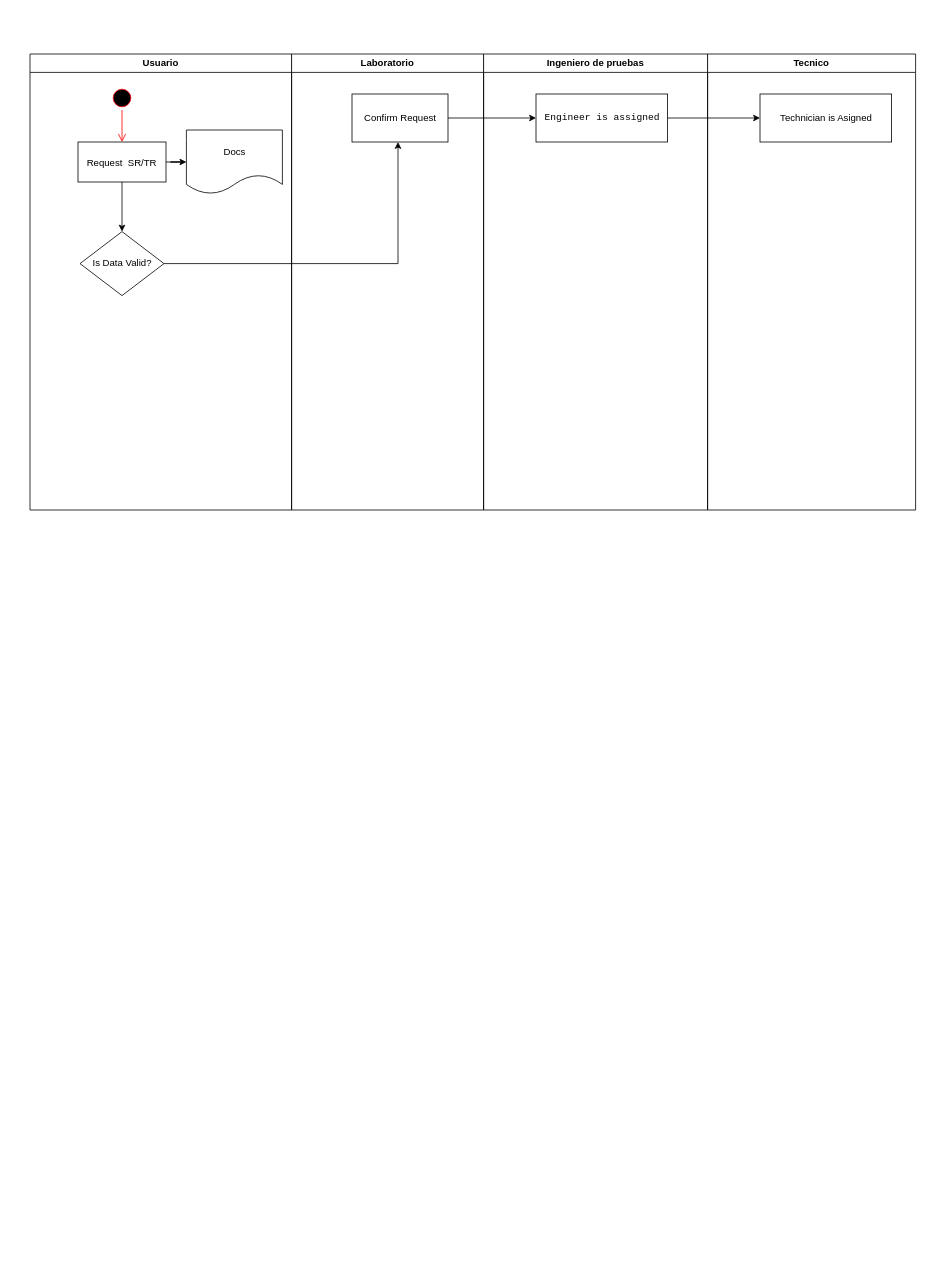
Earlier version of the draw.io diagram RelabTestPortal.drawio (byok22/Relab). Source tidied: cells renumbered, new cells numbered last; positions are measured from the earlier drawing's top-left corner, leaving out a move shared by most shapes. Both pictures are drawn from the tidied source at 80%, with x=0, y=0 at pixel (30, 54).
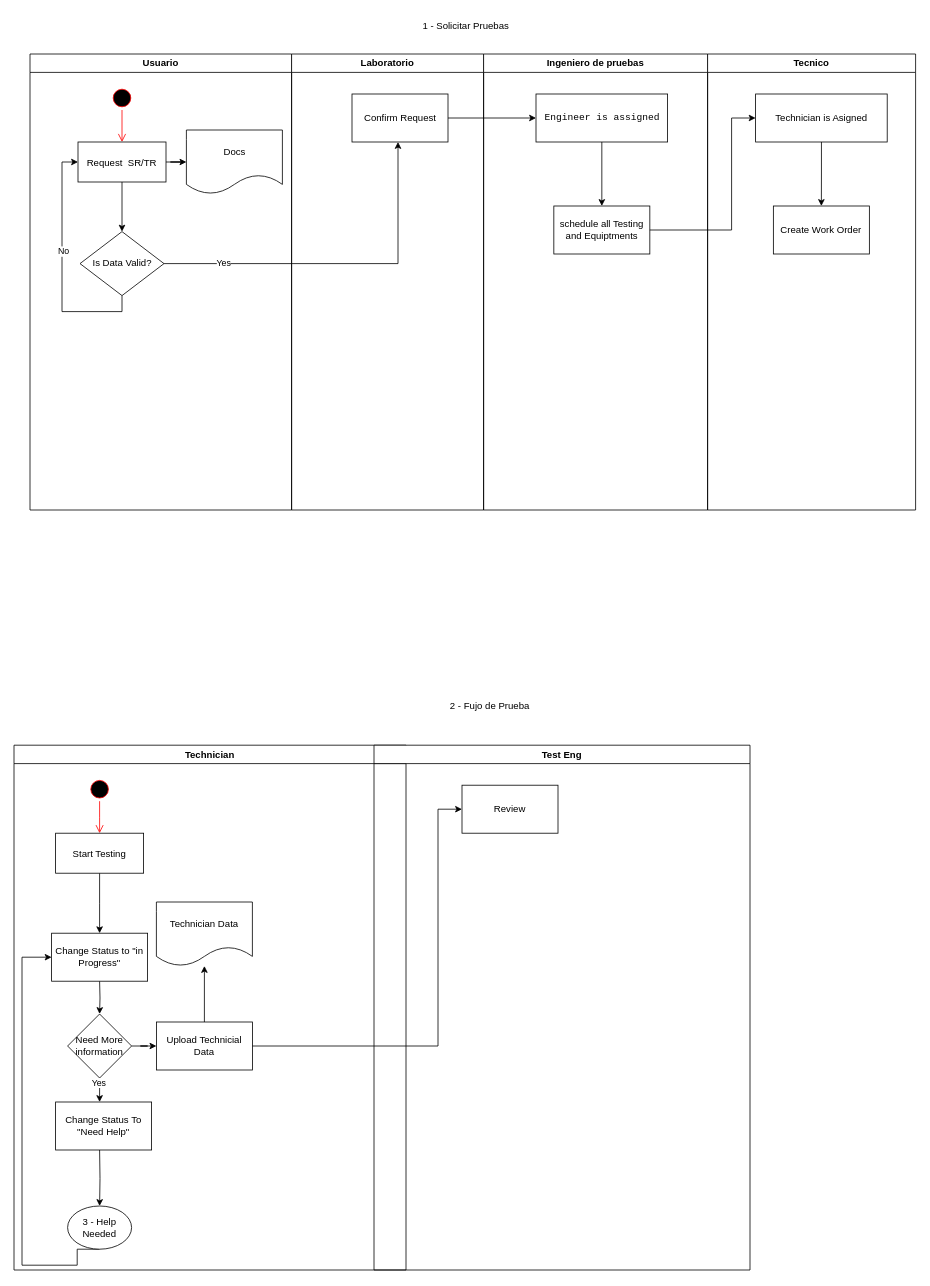
The same diagram, later.

The change refers to these unchanged cells:
```xml
<mxCell id="2" value="Usuario" style="swimlane;whiteSpace=wrap;" parent="1" vertex="1">
  <mxGeometry width="327" height="570" as="geometry" />
</mxCell>
<mxCell id="7" value="Request  SR/TR" parent="2" vertex="1">
  <mxGeometry x="60" y="110" width="110" height="50" as="geometry" />
</mxCell>
<mxCell id="9" value="Is Data Valid?" style="rhombus;whiteSpace=wrap;html=1;" parent="2" vertex="1">
  <mxGeometry x="62.5" y="222" width="105" height="80" as="geometry" />
</mxCell>
<mxCell id="12" value="Ingeniero de pruebas" style="swimlane;whiteSpace=wrap;" parent="1" vertex="1">
  <mxGeometry x="567" width="280" height="570" as="geometry" />
</mxCell>
<mxCell id="13" value="&lt;pre dir=&quot;ltr&quot; aria-label=&quot;Texto traducido&quot; style=&quot;text-align:left&quot; id=&quot;tw-target-text&quot; class=&quot;tw-data-text tw-text-large tw-ta&quot;&gt;&lt;span lang=&quot;en&quot; class=&quot;Y2IQFc&quot;&gt;Engineer is assigned&lt;/span&gt;&lt;/pre&gt;" style="whiteSpace=wrap;html=1;" parent="12" vertex="1">
  <mxGeometry x="65.5" y="50" width="164.5" height="60" as="geometry" />
</mxCell>
<mxCell id="14" style="edgeStyle=orthogonalEdgeStyle;rounded=0;jettySize=auto;html=1;" parent="1" edge="1" source="9" target="11">
  <mxGeometry relative="1" as="geometry">
    <Array as="points">
      <mxPoint x="460" y="262" />
      <mxPoint x="460" y="80" />
    </Array>
  </mxGeometry>
</mxCell>
<mxCell id="16" value="Tecnico" style="swimlane;whiteSpace=wrap;" parent="1" vertex="1">
  <mxGeometry x="847" width="260" height="570" as="geometry" />
</mxCell>
```

What changed in the source:
```diff
@@
+    <mxCell id="19" style="edgeStyle=orthogonalEdgeStyle;rounded=0;jettySize=auto;html=1;exitX=0.5;exitY=1;exitDx=0;exitDy=0;entryX=0;entryY=0.5;entryDx=0;entryDy=0;" parent="2" edge="1" source="9" target="7">
+      <mxGeometry relative="1" as="geometry" />
+    </mxCell>
+    <mxCell id="20" value="No" style="edgeLabel;html=1;align=center;verticalAlign=middle;" parent="19" vertex="1">
+      <mxGeometry x="0.13" y="-1" relative="1" as="geometry" />
+    </mxCell>
@@
+    <mxCell id="21" style="edgeStyle=orthogonalEdgeStyle;rounded=0;jettySize=auto;html=1;" parent="12" edge="1" source="13" target="22">
+      <mxGeometry relative="1" as="geometry" />
+    </mxCell>
@@
+    <mxCell id="22" value="&lt;div&gt;schedule all Testing and Equiptments&lt;/div&gt;" style="whiteSpace=wrap;html=1;" parent="12" vertex="1">
+      <mxGeometry x="87.8" y="190" width="120" height="60" as="geometry" />
+    </mxCell>
@@
+    <mxCell id="23" value="Yes" style="edgeLabel;html=1;align=center;verticalAlign=middle;" parent="14" vertex="1">
+      <mxGeometry x="-0.67" y="2" relative="1" as="geometry">
+        <mxPoint x="1" as="offset" />
+      </mxGeometry>
+    </mxCell>
@@
+    <mxCell id="24" style="edgeStyle=orthogonalEdgeStyle;rounded=0;jettySize=auto;html=1;" parent="16" edge="1" source="17" target="25">
+      <mxGeometry relative="1" as="geometry" />
+    </mxCell>
     <mxCell id="17" value="Technician is Asigned" style="whiteSpace=wrap;html=1;" parent="16" vertex="1">
-      <mxGeometry x="65.5" y="50" width="164.5" height="60" as="geometry" />
+      <mxGeometry x="60" y="50" width="164.5" height="60" as="geometry" />
     </mxCell>
-    <mxCell id="18" style="edgeStyle=orthogonalEdgeStyle;rounded=0;jettySize=auto;html=1;" parent="1" edge="1" source="13" target="17">
-      <mxGeometry relative="1" as="geometry" />
-    </mxCell>
+    <mxCell id="25" value="Create Work Order" style="whiteSpace=wrap;html=1;" parent="16" vertex="1">
+      <mxGeometry x="82.2" y="190" width="120" height="60" as="geometry" />
+    </mxCell>
+    <mxCell id="26" style="edgeStyle=orthogonalEdgeStyle;rounded=0;jettySize=auto;html=1;" parent="1" edge="1" source="22" target="17">
+      <mxGeometry relative="1" as="geometry">
+        <Array as="points">
+          <mxPoint x="877" y="220" />
+          <mxPoint x="877" y="80" />
+        </Array>
+      </mxGeometry>
+    </mxCell>
+    <mxCell id="27" value="1 - Solicitar Pruebas" style="text;strokeColor=none;align=center;fillColor=none;html=1;verticalAlign=middle;whiteSpace=wrap;rounded=0;" parent="1" vertex="1">
+      <mxGeometry x="430" y="-50" width="230" height="30" as="geometry" />
+    </mxCell>
+    <mxCell id="28" value="2 - Fujo de Prueba" style="text;strokeColor=none;align=center;fillColor=none;html=1;verticalAlign=middle;whiteSpace=wrap;rounded=0;" parent="1" vertex="1">
+      <mxGeometry x="460" y="800" width="230" height="30" as="geometry" />
+    </mxCell>
+    <mxCell id="29" value="Technician" style="swimlane;whiteSpace=wrap;" parent="1" vertex="1">
+      <mxGeometry x="-20" y="864" width="490" height="656" as="geometry" />
+    </mxCell>
+    <mxCell id="30" style="ellipse;shape=startState;fillColor=#000000;strokeColor=#ff0000;" parent="29" vertex="1">
+      <mxGeometry x="92" y="40" width="30" height="30" as="geometry" />
+    </mxCell>
+    <mxCell id="31" style="edgeStyle=elbowEdgeStyle;elbow=horizontal;verticalAlign=bottom;endArrow=open;endSize=8;strokeColor=#FF0000;endFill=1;rounded=0;" parent="29" edge="1" source="30" target="33">
+      <mxGeometry x="100" y="40" as="geometry" />
+    </mxCell>
+    <mxCell id="32" style="edgeStyle=orthogonalEdgeStyle;rounded=0;jettySize=auto;html=1;" parent="29" edge="1" source="33">
+      <mxGeometry relative="1" as="geometry">
+        <mxPoint x="107" y="235" as="targetPoint" />
+      </mxGeometry>
+    </mxCell>
+    <mxCell id="33" value="Start Testing " parent="29" vertex="1">
+      <mxGeometry x="52" y="110" width="110" height="50" as="geometry" />
+    </mxCell>
+    <mxCell id="34" style="edgeStyle=orthogonalEdgeStyle;rounded=0;jettySize=auto;html=1;" parent="29" edge="1" target="39">
+      <mxGeometry relative="1" as="geometry">
+        <mxPoint x="107" y="295" as="sourcePoint" />
+      </mxGeometry>
+    </mxCell>
+    <mxCell id="35" value="Change Status to &quot;in Progress&quot;" style="whiteSpace=wrap;html=1;" parent="29" vertex="1">
+      <mxGeometry x="47" y="235" width="120" height="60" as="geometry" />
+    </mxCell>
+    <mxCell id="36" style="edgeStyle=orthogonalEdgeStyle;rounded=0;jettySize=auto;html=1;" parent="29" edge="1" source="39" target="41">
+      <mxGeometry relative="1" as="geometry" />
+    </mxCell>
+    <mxCell id="37" style="edgeStyle=orthogonalEdgeStyle;rounded=0;jettySize=auto;html=1;" parent="29" edge="1" source="39">
+      <mxGeometry relative="1" as="geometry">
+        <mxPoint x="107" y="446" as="targetPoint" />
+      </mxGeometry>
+    </mxCell>
+    <mxCell id="38" value="Yes" style="edgeLabel;html=1;align=center;verticalAlign=middle;" parent="37" vertex="1">
+      <mxGeometry x="-0.68" y="-2" relative="1" as="geometry" />
+    </mxCell>
+    <mxCell id="39" value="Need More information" style="rhombus;whiteSpace=wrap;html=1;" parent="29" vertex="1">
+      <mxGeometry x="67" y="336" width="80" height="80" as="geometry" />
+    </mxCell>
+    <mxCell id="40" style="edgeStyle=orthogonalEdgeStyle;rounded=0;jettySize=auto;html=1;" parent="29" edge="1" source="41" target="46">
+      <mxGeometry relative="1" as="geometry" />
+    </mxCell>
+    <mxCell id="41" value="Upload Technicial Data" style="whiteSpace=wrap;html=1;" parent="29" vertex="1">
+      <mxGeometry x="178" y="346" width="120" height="60" as="geometry" />
+    </mxCell>
+    <mxCell id="42" style="edgeStyle=orthogonalEdgeStyle;rounded=0;jettySize=auto;html=1;" parent="29" edge="1" target="45">
+      <mxGeometry relative="1" as="geometry">
+        <mxPoint x="107" y="506" as="sourcePoint" />
+      </mxGeometry>
+    </mxCell>
+    <mxCell id="43" value="Change Status To &quot;Need Help&quot;" style="whiteSpace=wrap;html=1;" parent="29" vertex="1">
+      <mxGeometry x="52" y="446" width="120" height="60" as="geometry" />
+    </mxCell>
+    <mxCell id="44" style="edgeStyle=orthogonalEdgeStyle;rounded=0;jettySize=auto;html=1;exitX=0.5;exitY=1;exitDx=0;exitDy=0;entryX=0;entryY=0.5;entryDx=0;entryDy=0;" parent="29" edge="1" source="45" target="35">
+      <mxGeometry relative="1" as="geometry">
+        <Array as="points">
+          <mxPoint x="79" y="650" />
+          <mxPoint x="10" y="650" />
+          <mxPoint x="10" y="265" />
+        </Array>
+      </mxGeometry>
+    </mxCell>
+    <mxCell id="45" value="3 - Help Needed" style="ellipse;whiteSpace=wrap;html=1;" parent="29" vertex="1">
+      <mxGeometry x="67" y="576" width="80" height="54" as="geometry" />
+    </mxCell>
+    <mxCell id="46" value="Technician Data" style="shape=document;whiteSpace=wrap;html=1;boundedLbl=1;" parent="29" vertex="1">
+      <mxGeometry x="178" y="196" width="120" height="80" as="geometry" />
+    </mxCell>
+    <mxCell id="47" value="Test Eng" style="swimlane;whiteSpace=wrap;" parent="1" vertex="1">
+      <mxGeometry x="430" y="864" width="470" height="656" as="geometry" />
+    </mxCell>
+    <mxCell id="48" value="Review" style="whiteSpace=wrap;html=1;" parent="47" vertex="1">
+      <mxGeometry x="110" y="50" width="120" height="60" as="geometry" />
+    </mxCell>
+    <mxCell id="49" style="edgeStyle=orthogonalEdgeStyle;rounded=0;jettySize=auto;html=1;" parent="1" edge="1" source="41" target="48">
+      <mxGeometry relative="1" as="geometry">
+        <Array as="points">
+          <mxPoint x="510" y="1240" />
+          <mxPoint x="510" y="944" />
+        </Array>
+      </mxGeometry>
+    </mxCell>
```
